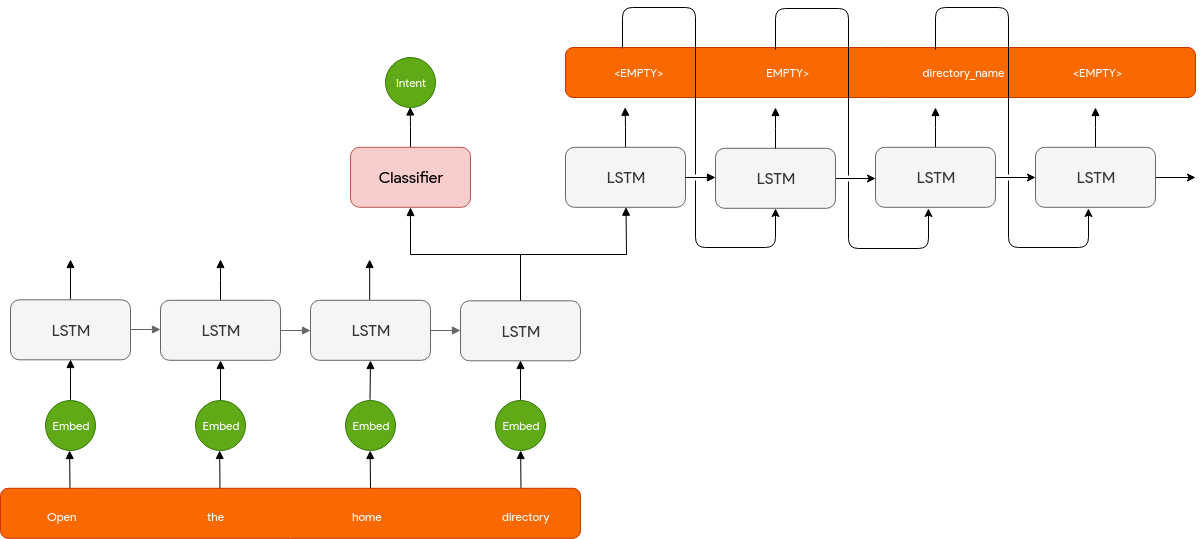
The draw.io diagram images/NLU/seq2seq.png in Wissben/Master-Thesis, before a commit. Source tidied: cells renumbered, new cells last; positions are measured from the earlier drawing's top-left corner, leaving out a move shared by most shapes.
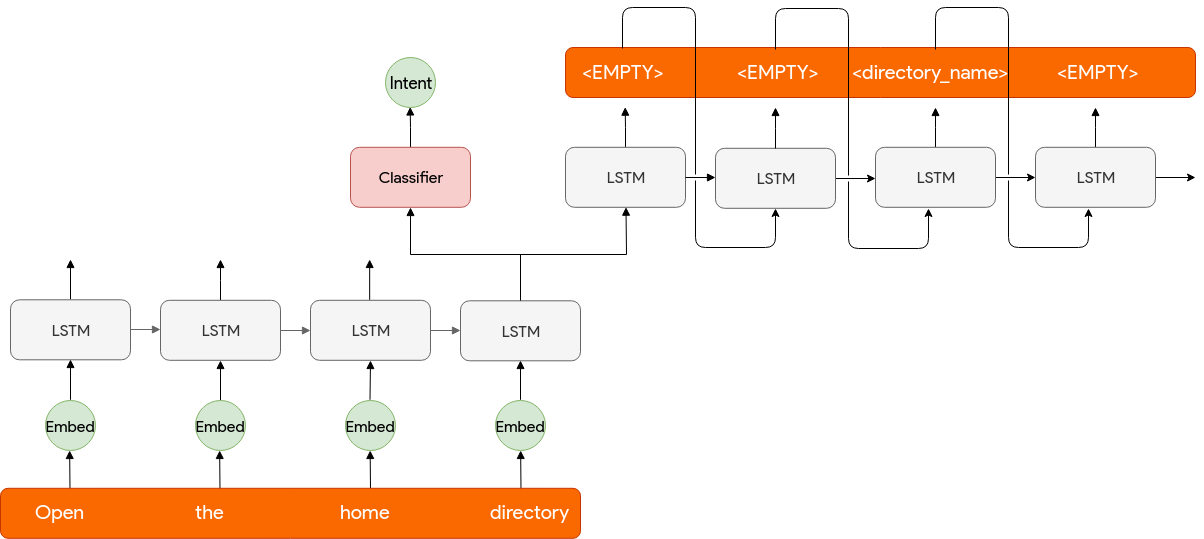
Above is the later version.

Change to the diagram source:
```diff
@@ -69,16 +69,16 @@
     <mxCell id="17" value="Classifier" style="whiteSpace=wrap;html=1;rounded=1;strokeColor=#b85450;fillColor=#f8cecc;fontFamily=Lucida Console;fontSize=16;" parent="1" vertex="1">
       <mxGeometry x="350" y="139.8" width="120" height="60" as="geometry" />
     </mxCell>
-    <mxCell id="18" value="Embed" style="ellipse;whiteSpace=wrap;html=1;rounded=1;strokeColor=#2D7600;fontFamily=Lucida Console;fillColor=#60a917;fontColor=#ffffff;" parent="1" vertex="1">
+    <mxCell id="18" value="Embed" style="ellipse;whiteSpace=wrap;html=1;rounded=1;strokeColor=#82b366;fontFamily=Lucida Console;fillColor=#d5e8d4;fontSize=16;align=center;" parent="1" vertex="1">
       <mxGeometry x="45" y="393" width="50" height="50" as="geometry" />
     </mxCell>
-    <mxCell id="19" value="&lt;span&gt;Embed&lt;/span&gt;" style="ellipse;whiteSpace=wrap;html=1;rounded=1;strokeColor=#2D7600;fontFamily=Lucida Console;fillColor=#60a917;fontColor=#ffffff;" parent="1" vertex="1">
+    <mxCell id="19" value="&lt;span style=&quot;font-size: 16px;&quot;&gt;Embed&lt;/span&gt;" style="ellipse;whiteSpace=wrap;html=1;rounded=1;strokeColor=#82b366;fontFamily=Lucida Console;fillColor=#d5e8d4;fontSize=16;align=center;" parent="1" vertex="1">
       <mxGeometry x="195" y="393" width="50" height="50" as="geometry" />
     </mxCell>
-    <mxCell id="20" value="&lt;span&gt;Embed&lt;/span&gt;" style="ellipse;whiteSpace=wrap;html=1;rounded=1;strokeColor=#2D7600;fontFamily=Lucida Console;fillColor=#60a917;fontColor=#ffffff;" parent="1" vertex="1">
+    <mxCell id="20" value="&lt;span style=&quot;font-size: 16px;&quot;&gt;Embed&lt;/span&gt;" style="ellipse;whiteSpace=wrap;html=1;rounded=1;strokeColor=#82b366;fontFamily=Lucida Console;fillColor=#d5e8d4;fontSize=16;align=center;" parent="1" vertex="1">
       <mxGeometry x="345" y="393" width="50" height="50" as="geometry" />
     </mxCell>
-    <mxCell id="21" value="&lt;span&gt;Embed&lt;/span&gt;" style="ellipse;whiteSpace=wrap;html=1;rounded=1;strokeColor=#2D7600;fontFamily=Lucida Console;fillColor=#60a917;fontColor=#ffffff;" parent="1" vertex="1">
+    <mxCell id="21" value="&lt;span style=&quot;font-size: 16px;&quot;&gt;Embed&lt;/span&gt;" style="ellipse;whiteSpace=wrap;html=1;rounded=1;strokeColor=#82b366;fontFamily=Lucida Console;fillColor=#d5e8d4;fontSize=16;align=center;" parent="1" vertex="1">
       <mxGeometry x="495" y="393" width="50" height="50" as="geometry" />
     </mxCell>
     <mxCell id="22" style="endArrow=block;html=1;entryX=0.5;entryY=1;entryDx=0;entryDy=0;endFill=1;fontFamily=Lucida Console;" parent="1" edge="1">
@@ -108,17 +108,17 @@
     <mxCell id="26" style="whiteSpace=wrap;html=1;rounded=1;strokeColor=#C73500;fillColor=#fa6800;fontColor=#ffffff;fontFamily=Lucida Console;" parent="1" vertex="1">
       <mxGeometry y="480.8" width="580" height="50" as="geometry" />
     </mxCell>
-    <mxCell id="27" value="Open" style="text;html=1;align=left;verticalAlign=top;spacingTop=-4;fontFamily=Lucida Console;fontColor=#FFFFFF;" parent="1" vertex="1">
-      <mxGeometry x="45" y="499.8" width="50" height="10" as="geometry" />
+    <mxCell id="27" value="Open" style="text;html=1;align=left;verticalAlign=top;spacingTop=-4;fontFamily=Lucida Console;fontColor=#FFFFFF;fontSize=20;" parent="1" vertex="1">
+      <mxGeometry x="32.5" y="489.8" width="50" height="10" as="geometry" />
     </mxCell>
-    <mxCell id="28" value="&lt;div style=&quot;text-align: center&quot;&gt;&lt;span&gt;the&lt;/span&gt;&lt;/div&gt;" style="text;html=1;align=left;verticalAlign=top;spacingTop=-4;fontFamily=Lucida Console;fontColor=#FFFFFF;" parent="1" vertex="1">
-      <mxGeometry x="205" y="499.8" width="30" height="10" as="geometry" />
+    <mxCell id="28" value="&lt;div style=&quot;text-align: center; font-size: 20px;&quot;&gt;&lt;span style=&quot;font-size: 20px;&quot;&gt;the&lt;/span&gt;&lt;/div&gt;" style="text;html=1;align=left;verticalAlign=top;spacingTop=-4;fontFamily=Lucida Console;fontColor=#FFFFFF;fontSize=20;" parent="1" vertex="1">
+      <mxGeometry x="192.5" y="489.8" width="30" height="10" as="geometry" />
     </mxCell>
-    <mxCell id="29" value="home" style="text;html=1;align=left;verticalAlign=top;spacingTop=-4;fontFamily=Lucida Console;fontColor=#FFFFFF;" parent="1" vertex="1">
-      <mxGeometry x="350" y="499.8" width="50" height="10" as="geometry" />
+    <mxCell id="29" value="home" style="text;html=1;align=left;verticalAlign=top;spacingTop=-4;fontFamily=Lucida Console;fontColor=#FFFFFF;fontSize=20;" parent="1" vertex="1">
+      <mxGeometry x="337.5" y="489.8" width="50" height="10" as="geometry" />
     </mxCell>
-    <mxCell id="30" value="directory" style="text;html=1;align=left;verticalAlign=top;spacingTop=-4;fontFamily=Lucida Console;fontColor=#FFFFFF;" parent="1" vertex="1">
-      <mxGeometry x="500" y="499.8" width="60" height="10" as="geometry" />
+    <mxCell id="30" value="directory" style="text;html=1;align=left;verticalAlign=top;spacingTop=-4;fontFamily=Lucida Console;fontColor=#FFFFFF;fontSize=20;" parent="1" vertex="1">
+      <mxGeometry x="487.5" y="489.8" width="60" height="10" as="geometry" />
     </mxCell>
     <mxCell id="31" style="edgeStyle=orthogonalEdgeStyle;rounded=0;orthogonalLoop=1;jettySize=auto;html=1;exitX=0.5;exitY=0;exitDx=0;exitDy=0;startArrow=none;startFill=0;endArrow=block;endFill=1;fontFamily=Lucida Console;fontSize=16;" parent="1" edge="1">
       <mxGeometry relative="1" as="geometry">
@@ -126,7 +126,7 @@
         <mxPoint x="369.2" y="252" as="targetPoint" />
       </mxGeometry>
     </mxCell>
-    <mxCell id="32" value="Intent" style="ellipse;whiteSpace=wrap;html=1;rounded=1;strokeColor=#2D7600;fontFamily=Lucida Console;fillColor=#60a917;fontColor=#ffffff;" parent="1" vertex="1">
+    <mxCell id="32" value="&lt;font style=&quot;font-size: 17px&quot;&gt;Intent&lt;/font&gt;" style="ellipse;whiteSpace=wrap;html=1;rounded=1;strokeColor=#82b366;fontFamily=Lucida Console;fillColor=#d5e8d4;" parent="1" vertex="1">
       <mxGeometry x="385" y="50" width="50" height="50" as="geometry" />
     </mxCell>
     <mxCell id="33" style="edgeStyle=orthogonalEdgeStyle;rounded=0;jettySize=auto;html=1;exitX=0.5;exitY=0;exitDx=0;exitDy=0;startArrow=none;startFill=0;endArrow=block;endFill=1;entryX=0.5;entryY=1;entryDx=0;entryDy=0;fontFamily=Lucida Console;fontSize=16;" parent="1" edge="1" source="14">
@@ -163,7 +163,7 @@
         </Array>
       </mxGeometry>
     </mxCell>
-    <mxCell id="40" value="&amp;lt;EMPTY&amp;gt;&amp;nbsp; &amp;nbsp; &amp;nbsp; &amp;nbsp; &amp;nbsp; &amp;nbsp; &amp;nbsp; &amp;nbsp; &amp;nbsp; &amp;nbsp; &amp;nbsp; &amp;nbsp; &amp;nbsp; &amp;nbsp; &amp;nbsp; &amp;nbsp; &amp;nbsp; &amp;nbsp; &amp;nbsp; &amp;nbsp;EMPTY&amp;gt;&amp;nbsp; &amp;nbsp; &amp;nbsp; &amp;nbsp; &amp;nbsp; &amp;nbsp; &amp;nbsp; &amp;nbsp; &amp;nbsp; &amp;nbsp; &amp;nbsp; &amp;nbsp; &amp;nbsp; &amp;nbsp; &amp;nbsp; &amp;nbsp; &amp;nbsp; &amp;nbsp; &amp;nbsp; &amp;nbsp; &amp;nbsp; &amp;nbsp;directory_name&amp;nbsp; &amp;nbsp; &amp;nbsp; &amp;nbsp; &amp;nbsp; &amp;nbsp; &amp;nbsp; &amp;nbsp; &amp;nbsp; &amp;nbsp; &amp;nbsp; &amp;nbsp; &amp;nbsp; &amp;lt;EMPTY&amp;gt;&amp;nbsp; &amp;nbsp; &amp;nbsp; &amp;nbsp; &amp;nbsp;" style="whiteSpace=wrap;html=1;rounded=1;strokeColor=#C73500;fillColor=#fa6800;fontColor=#ffffff;fontFamily=Lucida Console;" parent="1" vertex="1">
+    <mxCell id="40" style="whiteSpace=wrap;html=1;rounded=1;strokeColor=#C73500;fillColor=#fa6800;fontColor=#ffffff;fontFamily=Lucida Console;" parent="1" vertex="1">
       <mxGeometry x="565" y="40" width="630" height="50" as="geometry" />
     </mxCell>
     <mxCell id="41" style="endArrow=classic;html=1;entryX=0.5;entryY=1;entryDx=0;entryDy=0;exitX=0.091;exitY=0.027;exitDx=0;exitDy=0;exitPerimeter=0;edgeStyle=orthogonalEdgeStyle;jumpStyle=gap;fontFamily=Lucida Console;" parent="1" edge="1" source="40" target="38">
@@ -232,5 +232,17 @@
         </Array>
       </mxGeometry>
     </mxCell>
+    <mxCell id="50" value="&lt;font style=&quot;font-size: 20px&quot; color=&quot;#ffffff&quot;&gt;&amp;lt;EMPTY&amp;gt;&lt;/font&gt;" style="text;html=1;align=left;verticalAlign=top;spacingTop=-4;fontSize=16;fontFamily=Lucida Console;" parent="1" vertex="1">
+      <mxGeometry x="580" y="50" width="100" height="20" as="geometry" />
+    </mxCell>
+    <mxCell id="51" value="&lt;font style=&quot;font-size: 20px&quot; color=&quot;#ffffff&quot;&gt;&amp;lt;EMPTY&amp;gt;&lt;/font&gt;" style="text;html=1;align=left;verticalAlign=top;spacingTop=-4;fontSize=16;fontFamily=Lucida Console;" parent="1" vertex="1">
+      <mxGeometry x="735" y="50" width="100" height="20" as="geometry" />
+    </mxCell>
+    <mxCell id="52" value="&lt;font style=&quot;font-size: 20px&quot; color=&quot;#ffffff&quot;&gt;&amp;lt;EMPTY&amp;gt;&lt;/font&gt;" style="text;html=1;align=left;verticalAlign=top;spacingTop=-4;fontSize=16;fontFamily=Lucida Console;" parent="1" vertex="1">
+      <mxGeometry x="1055" y="50" width="100" height="20" as="geometry" />
+    </mxCell>
+    <mxCell id="53" value="&lt;font color=&quot;#ffffff&quot;&gt;&lt;span style=&quot;font-size: 20px&quot;&gt;&amp;lt;directory_name&amp;gt;&lt;/span&gt;&lt;/font&gt;" style="text;html=1;align=left;verticalAlign=top;spacingTop=-4;fontSize=16;fontFamily=Lucida Console;" parent="1" vertex="1">
+      <mxGeometry x="850" y="50" width="170" height="20" as="geometry" />
+    </mxCell>
   </root>
 </mxGraphModel>
```
